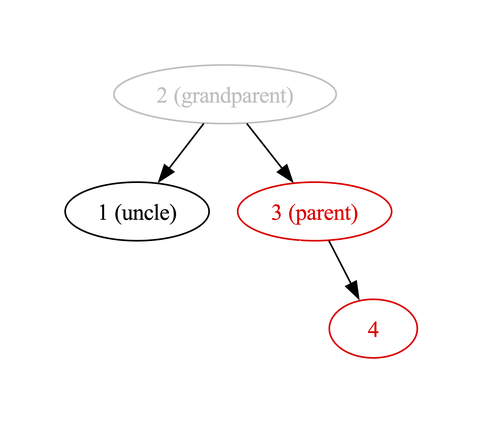
Above: Fw/DataStructures/docs/diagrams/insertNode/black-uncle-2.png in nasa/fprime (Graphviz), before the change. Its source is kept beside it as Fw/DataStructures/docs/diagrams/insertNode/black-uncle-2.dot.
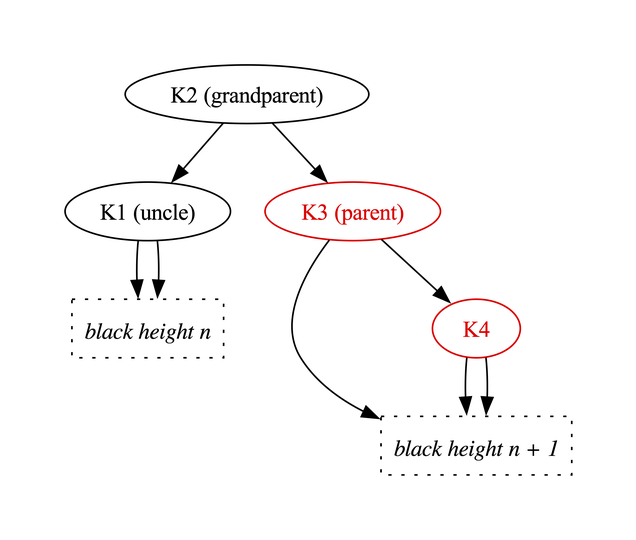
Later version of the same file.

What changed in the source:
```diff
@@ -1,14 +1,25 @@
 digraph {
 
-  2 -> 1
-  2 -> 3
-  3 -> X [color="white"]
-  3 -> 4
+  K2 -> K1
+  K2 -> K3
+  K3 -> BHnPlus1
+  K3 -> X [color="invis"]
+  K3 -> K4
 
-  1 [label="1 (uncle)"]
-  2 [label="2 (grandparent)",color="gray",fontcolor="gray"]
-  3 [label="3 (parent)",color="red",fontcolor="red"]
-  4 [color="red",fontcolor="red"]
+  K1 -> BHn
+  K1 -> BHn
 
-  X [color="white",fontcolor="white"]
+  K4 -> BHnPlus1
+  K4 -> BHnPlus1
+
+  K1 [label="K1 (uncle)"]
+  K2 [label="K2 (grandparent)"]
+  K3 [label="K3 (parent)",color="red",fontcolor="red"]
+  K4 [color="red",fontcolor="red"]
+
+  X [color="invis",fontcolor="invis"]
+
+  BHn [shape="box",label="black height n",style="dotted",fontname="Italic"]
+  BHnPlus1 [shape="box",label="black height n + 1",style="dotted",fontname="Italic"]
+
 }
```
